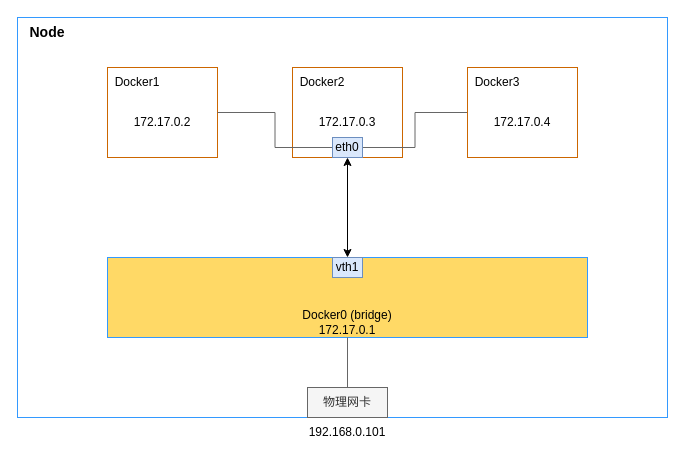
The draw.io diagram page "Container模式" (4 of 4) of drawio/network/Docker网络.drawio in hezhuma/image-repo, before the edit. Source tidied: cells renumbered, new cells numbered last; positions are measured from the earlier drawing's top-left corner, leaving out a move shared by most shapes. Both pictures are drawn from the tidied source at 100%, with x=0, y=0 at pixel (17, 17).
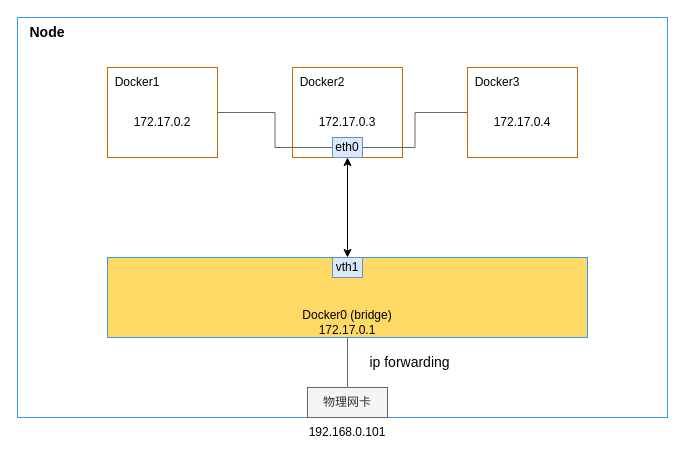
The same diagram, later.

The edit, as a diff of the source:
```diff
@@
+    <mxCell id="23" value="ip forwarding" style="text;html=1;strokeColor=none;fillColor=none;align=center;verticalAlign=middle;whiteSpace=wrap;rounded=0;fontSize=14;" parent="1" vertex="1">
+      <mxGeometry x="335" y="330" width="115" height="30" as="geometry" />
+    </mxCell>
```
